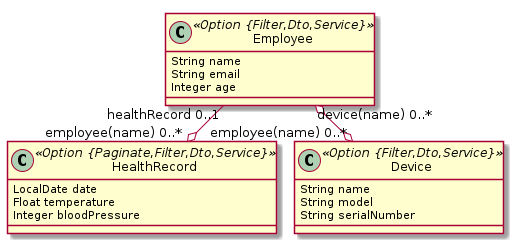
The PlantUML diagram health.png in kevintanhongann/jhipster-jdl-collection, before a commit. Source of this version:
```plantuml
@startuml
	!pragma layout smetana
	!pragma syntax class
	class Employee <<Option {Filter,Dto,Service}>> {
		String name
		String email
		Integer age
	}
	class HealthRecord <<Option {Paginate,Filter,Dto,Service}>> {
		LocalDate date
		Float temperature
		Integer bloodPressure
	}
	Employee  "healthRecord 0..1 " --o "employee(name) 0..* "  HealthRecord
	class Device <<Option {Filter,Dto,Service}>> {
		String name
		String model
		String serialNumber
	}
	Employee  "device(name) 0..* " o--o "employee(name) 0..* "  Device
@enduml
```
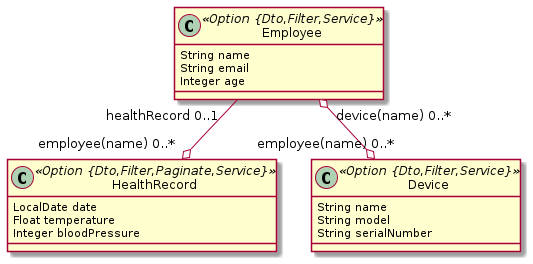
The same diagram one commit later.

Diff of the diagram source:
```diff
@@ -1,18 +1,17 @@
 @startuml
-	!pragma layout smetana
 	!pragma syntax class
-	class Employee <<Option {Filter,Dto,Service}>> {
+	class Employee <<Option {Dto,Filter,Service}>> {
 		String name
 		String email
 		Integer age
 	}
-	class HealthRecord <<Option {Paginate,Filter,Dto,Service}>> {
+	class HealthRecord <<Option {Dto,Filter,Paginate,Service}>> {
 		LocalDate date
 		Float temperature
 		Integer bloodPressure
 	}
 	Employee  "healthRecord 0..1 " --o "employee(name) 0..* "  HealthRecord
-	class Device <<Option {Filter,Dto,Service}>> {
+	class Device <<Option {Dto,Filter,Service}>> {
 		String name
 		String model
 		String serialNumber
```
